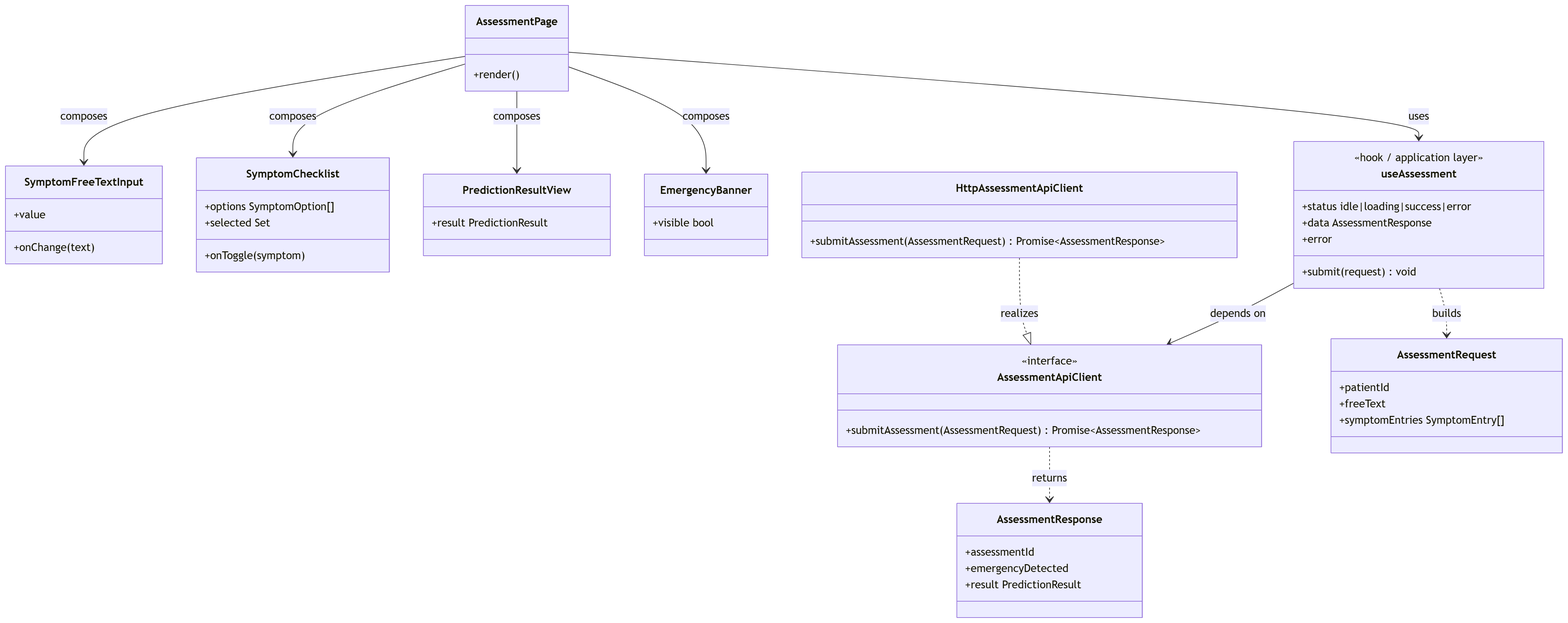
Disease-Prediction-ASET26/disease-prediction-docs keeps this Mermaid diagram as docs/mdd/iteration3/assessment_feature_class.png. Above is the earlier version. Its source is kept beside it as docs/mdd/iteration3/assessment_feature_class.mmd. The source it was exported from:
```mermaid
classDiagram
    class AssessmentPage {
        +render()
    }
    class SymptomFreeTextInput {
        +value
        +onChange(text)
    }
    class SymptomChecklist {
        +options SymptomOption[]
        +selected Set
        +onToggle(symptom)
    }
    class PredictionResultView {
        +result PredictionResult
    }
    class EmergencyBanner {
        +visible bool
    }
    class useAssessment {
        <<hook / application layer>>
        +submit(request) void
        +status idle|loading|success|error
        +data AssessmentResponse
        +error
    }
    class AssessmentApiClient {
        <<interface>>
        +submitAssessment(AssessmentRequest) Promise~AssessmentResponse~
    }
    class HttpAssessmentApiClient {
        +submitAssessment(AssessmentRequest) Promise~AssessmentResponse~
    }
    class AssessmentRequest {
        +patientId
        +freeText
        +symptomEntries SymptomEntry[]
    }
    class AssessmentResponse {
        +assessmentId
        +emergencyDetected
        +result PredictionResult
    }

    AssessmentPage --> SymptomFreeTextInput : composes
    AssessmentPage --> SymptomChecklist : composes
    AssessmentPage --> PredictionResultView : composes
    AssessmentPage --> EmergencyBanner : composes
    AssessmentPage --> useAssessment : uses
    useAssessment --> AssessmentApiClient : depends on
    HttpAssessmentApiClient ..|> AssessmentApiClient : realizes
    useAssessment ..> AssessmentRequest : builds
    AssessmentApiClient ..> AssessmentResponse : returns
```
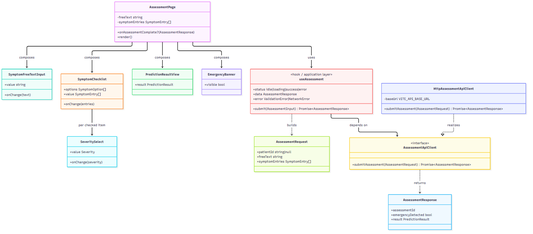
The same diagram one commit later.

What changed in the source:
```diff
@@ -1,15 +1,22 @@
 classDiagram
     class AssessmentPage {
+        -freeText string
+        -symptomEntries SymptomEntry[]
+        +onAssessmentComplete?(AssessmentResponse)
         +render()
     }
     class SymptomFreeTextInput {
-        +value
+        +value string
         +onChange(text)
     }
     class SymptomChecklist {
         +options SymptomOption[]
-        +selected Set
-        +onToggle(symptom)
+        +value SymptomEntry[]
+        +onChange(entries)
+    }
+    class SeveritySelect {
+        +value Severity
+        +onChange(severity)
     }
     class PredictionResultView {
         +result PredictionResult
@@ -19,31 +26,33 @@
     }
     class useAssessment {
         <<hook / application layer>>
-        +submit(request) void
+        +submit(AssessmentInput) Promise~AssessmentResponse~
         +status idle|loading|success|error
         +data AssessmentResponse
-        +error
+        +error ValidationError|NetworkError
     }
     class AssessmentApiClient {
         <<interface>>
         +submitAssessment(AssessmentRequest) Promise~AssessmentResponse~
     }
     class HttpAssessmentApiClient {
+        -baseUrl VITE_API_BASE_URL
         +submitAssessment(AssessmentRequest) Promise~AssessmentResponse~
     }
     class AssessmentRequest {
-        +patientId
-        +freeText
+        +patientId string|null
+        +freeText string
         +symptomEntries SymptomEntry[]
     }
     class AssessmentResponse {
         +assessmentId
-        +emergencyDetected
+        +emergencyDetected bool
         +result PredictionResult
     }
 
     AssessmentPage --> SymptomFreeTextInput : composes
     AssessmentPage --> SymptomChecklist : composes
+    SymptomChecklist --> SeveritySelect : per checked item
     AssessmentPage --> PredictionResultView : composes
     AssessmentPage --> EmergencyBanner : composes
     AssessmentPage --> useAssessment : uses
```
